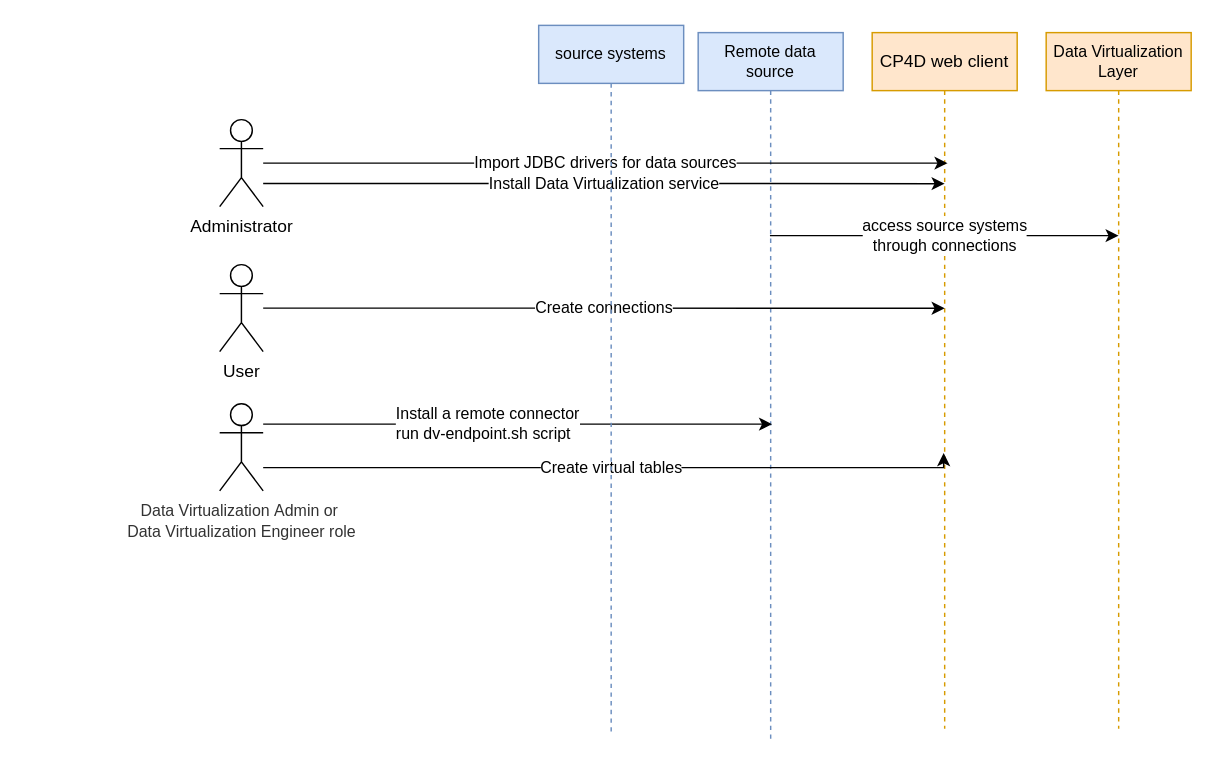
The draw.io diagram dv.drawio in kanchantewary/CloudPakForData, before the edit. Source tidied: cells renumbered, new cells numbered last; positions are measured from the earlier drawing's top-left corner, leaving out a move shared by most shapes. Both pictures are drawn from the tidied source at 145%, with x=0, y=0 at pixel (219, 25).
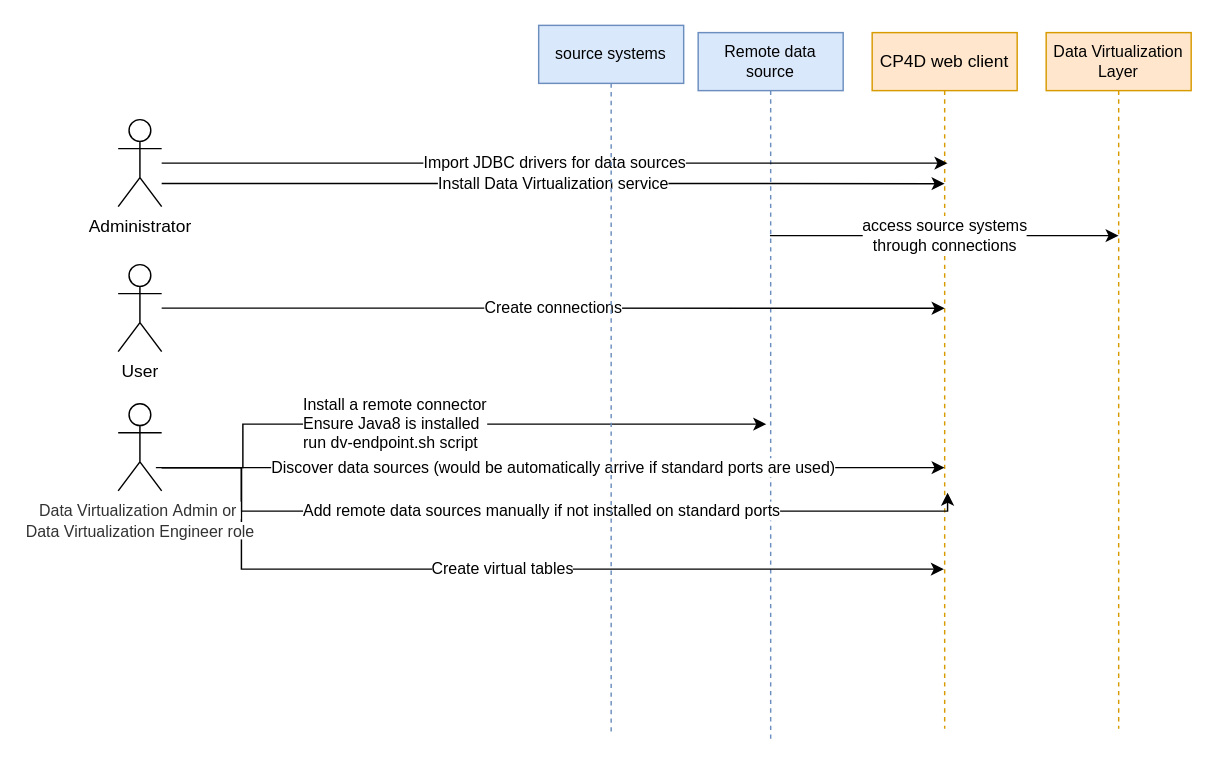
After the change.

The change refers to these unchanged cells:
```xml
<mxCell id="2" value="CP4D web client" style="shape=umlLifeline;perimeter=lifelinePerimeter;whiteSpace=wrap;html=1;outlineConnect=0;fillColor=#ffe6cc;strokeColor=#d79b00;" parent="1" vertex="1">
  <mxGeometry x="450" y="5" width="100" height="480" as="geometry" />
</mxCell>
```

The edit, as a diff of the source:
```diff
@@
-    <mxCell id="8" value="Install a remote connector&lt;br&gt;&lt;span class=&quot;ph filepath&quot;&gt;run dv-endpoint.sh&amp;nbsp;&lt;/span&gt;script" style="edgeStyle=orthogonalEdgeStyle;rounded=0;jettySize=auto;html=1;align=left;" parent="1" edge="1" source="13">
+    <mxCell id="8" value="Install a remote connector&lt;br&gt;Ensure Java8 is installed&lt;br&gt;&lt;span class=&quot;ph filepath&quot;&gt;run dv-endpoint.sh&amp;nbsp;&lt;/span&gt;script" style="edgeStyle=orthogonalEdgeStyle;rounded=0;orthogonalLoop=1;jettySize=auto;html=1;align=left;" parent="1" edge="1">
       <mxGeometry x="-0.2" y="-50" relative="1" as="geometry">
-        <mxPoint x="381" y="275" as="targetPoint" />
+        <mxPoint x="-44" y="305" as="sourcePoint" />
+        <mxPoint x="377" y="275" as="targetPoint" />
         <Array as="points">
-          <mxPoint x="170" y="275" />
-          <mxPoint x="170" y="275" />
+          <mxPoint x="16" y="305" />
+          <mxPoint x="16" y="275" />
         </Array>
         <mxPoint x="-50" y="-50" as="offset" />
       </mxGeometry>
     </mxCell>
     <mxCell id="9" value="Administrator" style="shape=umlActor;verticalLabelPosition=bottom;verticalAlign=top;html=1;outlineConnect=0;" parent="1" vertex="1">
-      <mxGeometry y="65" width="30" height="60" as="geometry" />
+      <mxGeometry x="-70" y="65" width="30" height="60" as="geometry" />
     </mxCell>
@@
     <mxCell id="11" value="User" style="shape=umlActor;verticalLabelPosition=bottom;verticalAlign=top;html=1;outlineConnect=0;" parent="1" vertex="1">
-      <mxGeometry y="165" width="30" height="60" as="geometry" />
+      <mxGeometry x="-70" y="165" width="30" height="60" as="geometry" />
     </mxCell>
-    <mxCell id="12" value="Create virtual tables" style="edgeStyle=orthogonalEdgeStyle;rounded=0;jettySize=auto;html=1;entryX=0.493;entryY=0.604;entryDx=0;entryDy=0;entryPerimeter=0;" parent="1" edge="1" source="13" target="2">
+    <mxCell id="12" value="Create virtual tables" style="edgeStyle=orthogonalEdgeStyle;rounded=0;jettySize=auto;html=1;" parent="1" edge="1" source="13" target="2">
       <mxGeometry relative="1" as="geometry">
         <Array as="points">
-          <mxPoint x="499" y="305" />
+          <mxPoint x="15" y="305" />
+          <mxPoint x="15" y="375" />
         </Array>
       </mxGeometry>
     </mxCell>
+    <mxCell id="15" value="Discover data sources (would be automatically arrive if standard ports are used)" style="edgeStyle=orthogonalEdgeStyle;rounded=0;jettySize=auto;html=1;" parent="1" edge="1" source="13">
+      <mxGeometry relative="1" as="geometry">
+        <mxPoint x="500" y="305" as="targetPoint" />
+        <Array as="points">
+          <mxPoint x="500" y="305" />
+        </Array>
+      </mxGeometry>
+    </mxCell>
+    <mxCell id="16" value="Add remote data sources manually if not installed on standard ports" style="edgeStyle=orthogonalEdgeStyle;rounded=0;jettySize=auto;html=1;entryX=0.52;entryY=0.661;entryDx=0;entryDy=0;entryPerimeter=0;" parent="1" edge="1" source="13" target="2">
+      <mxGeometry relative="1" as="geometry">
+        <Array as="points">
+          <mxPoint x="15" y="305" />
+          <mxPoint x="15" y="335" />
+          <mxPoint x="502" y="335" />
+        </Array>
+      </mxGeometry>
+    </mxCell>
     <mxCell id="13" value="&lt;font style=&quot;font-size: 11px&quot;&gt;&lt;span class=&quot;keyword&quot; style=&quot;margin: 0px ; padding: 0px ; border: 0px ; vertical-align: baseline ; color: rgb(50 , 50 , 50) ; font-family: , &amp;#34;helvetica neue&amp;#34; , &amp;#34;arial&amp;#34; , sans-serif ; background-color: rgb(255 , 255 , 255)&quot;&gt;Data Virtualization&lt;/span&gt;&lt;span style=&quot;color: rgb(50 , 50 , 50) ; font-family: , &amp;#34;helvetica neue&amp;#34; , &amp;#34;arial&amp;#34; , sans-serif ; background-color: rgb(255 , 255 , 255)&quot;&gt;&amp;nbsp;Admin or&amp;nbsp;&lt;br&gt;&lt;/span&gt;&lt;span class=&quot;keyword&quot; style=&quot;margin: 0px ; padding: 0px ; border: 0px ; vertical-align: baseline ; color: rgb(50 , 50 , 50) ; font-family: , &amp;#34;helvetica neue&amp;#34; , &amp;#34;arial&amp;#34; , sans-serif ; background-color: rgb(255 , 255 , 255)&quot;&gt;Data Virtualization&lt;/span&gt;&lt;span style=&quot;color: rgb(50 , 50 , 50) ; font-family: , &amp;#34;helvetica neue&amp;#34; , &amp;#34;arial&amp;#34; , sans-serif ; background-color: rgb(255 , 255 , 255)&quot;&gt;&amp;nbsp;Engineer role&lt;/span&gt;&lt;/font&gt;" style="shape=umlActor;verticalLabelPosition=bottom;verticalAlign=top;html=1;outlineConnect=0;" parent="1" vertex="1">
-      <mxGeometry y="261" width="30" height="60" as="geometry" />
+      <mxGeometry x="-70" y="261" width="30" height="60" as="geometry" />
     </mxCell>
```
